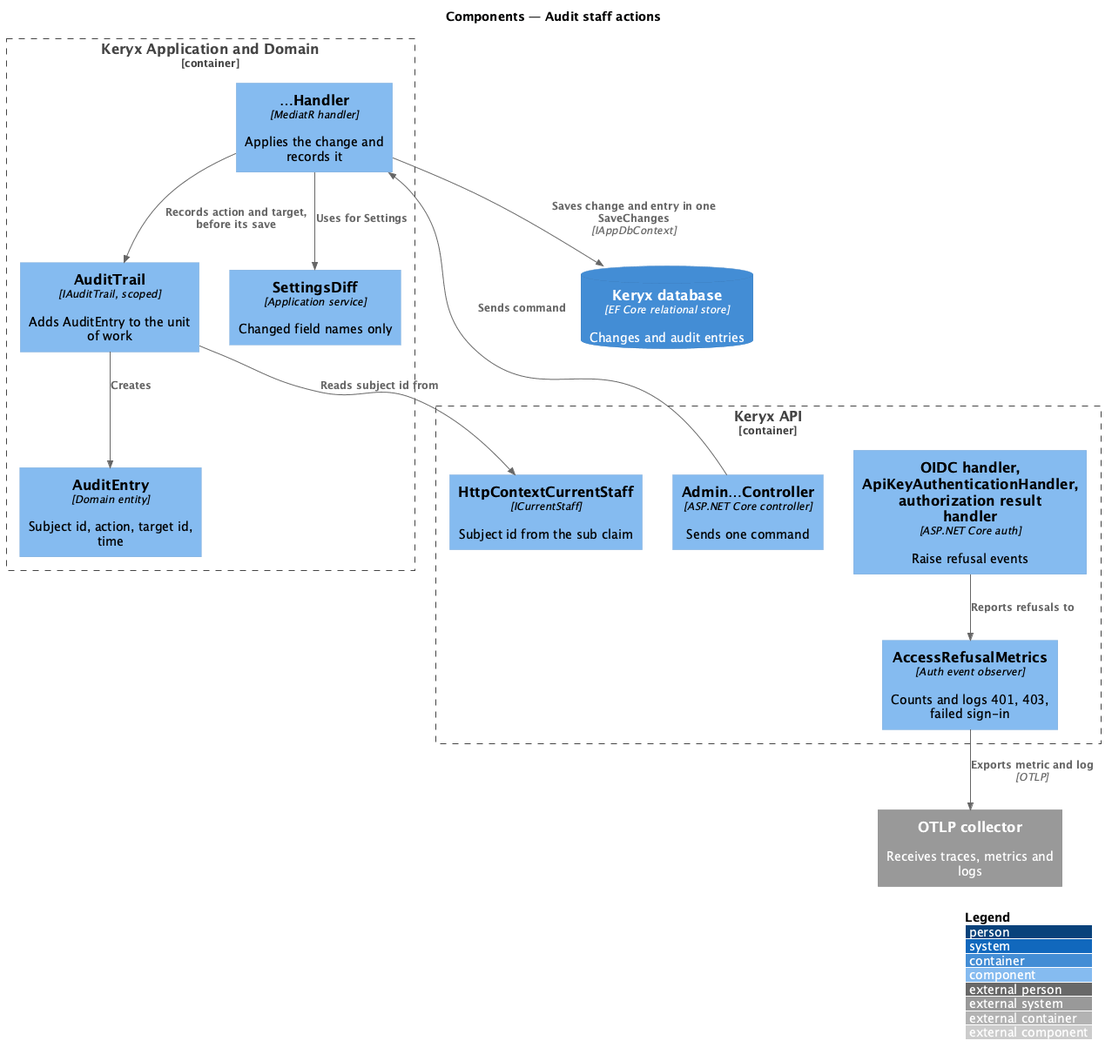
Above: docs/detailed-designs/operations/audit-staff-actions/diagrams/c4-component.png in QuinntyneBrown/keryx (PlantUML), before the change.
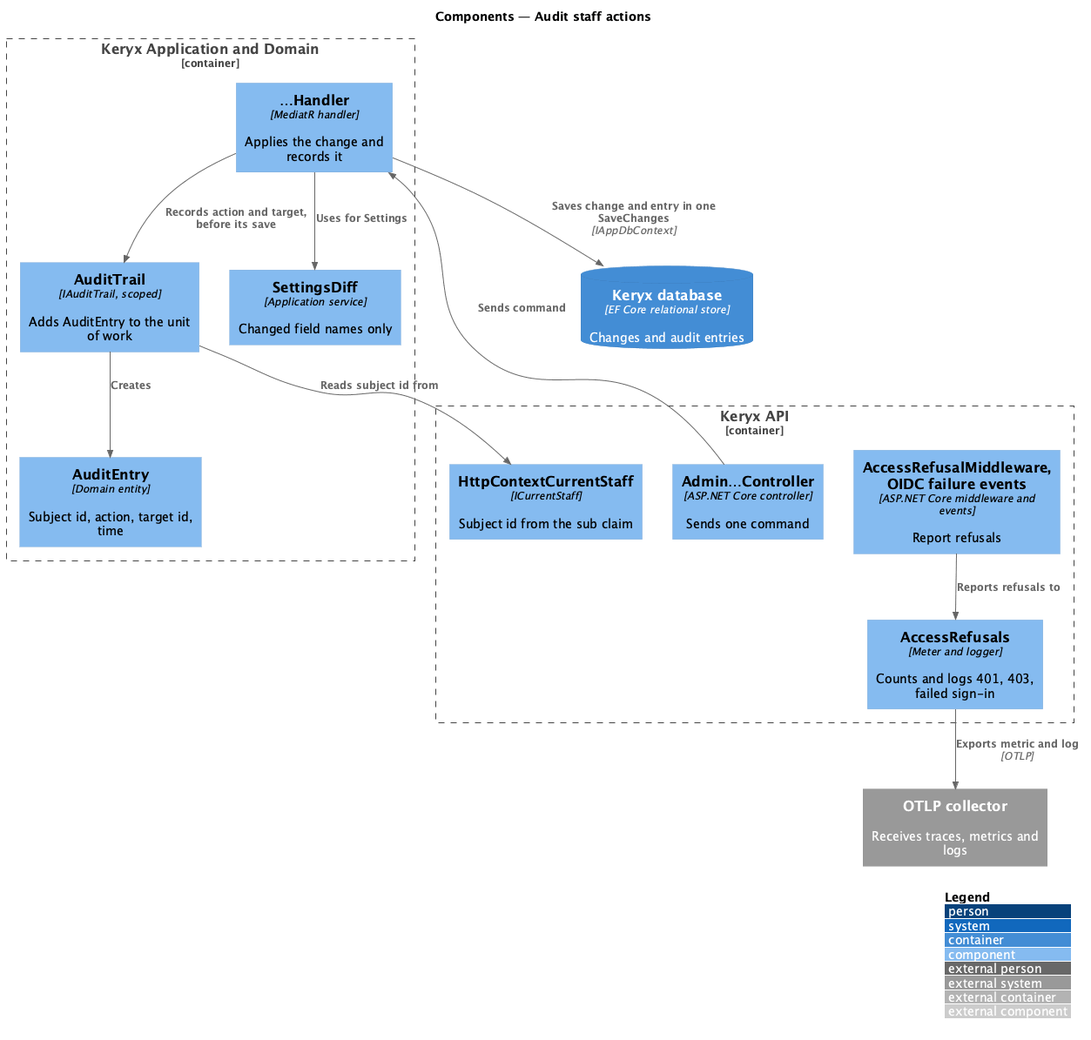
Later version of the same file.

Diff of the diagram source:
```diff
@@ -6,8 +6,8 @@
 Container_Boundary(api, "Keryx API") {
   Component(ctrl, "Admin…Controller", "ASP.NET Core controller", "Sends one command")
   Component(cur, "HttpContextCurrentStaff", "ICurrentStaff", "Subject id from the sub claim")
-  Component(ref, "AccessRefusalMetrics", "Auth event observer", "Counts and logs 401, 403, failed sign-in")
-  Component(authn, "OIDC handler, ApiKeyAuthenticationHandler, authorization result handler", "ASP.NET Core auth", "Raise refusal events")
+  Component(ref, "AccessRefusals", "Meter and logger", "Counts and logs 401, 403, failed sign-in")
+  Component(authn, "AccessRefusalMiddleware, OIDC failure events", "ASP.NET Core middleware and events", "Report refusals")
 }
 Container_Boundary(app, "Keryx Application and Domain") {
   Component(h, "…Handler", "MediatR handler", "Applies the change and records it")
```
